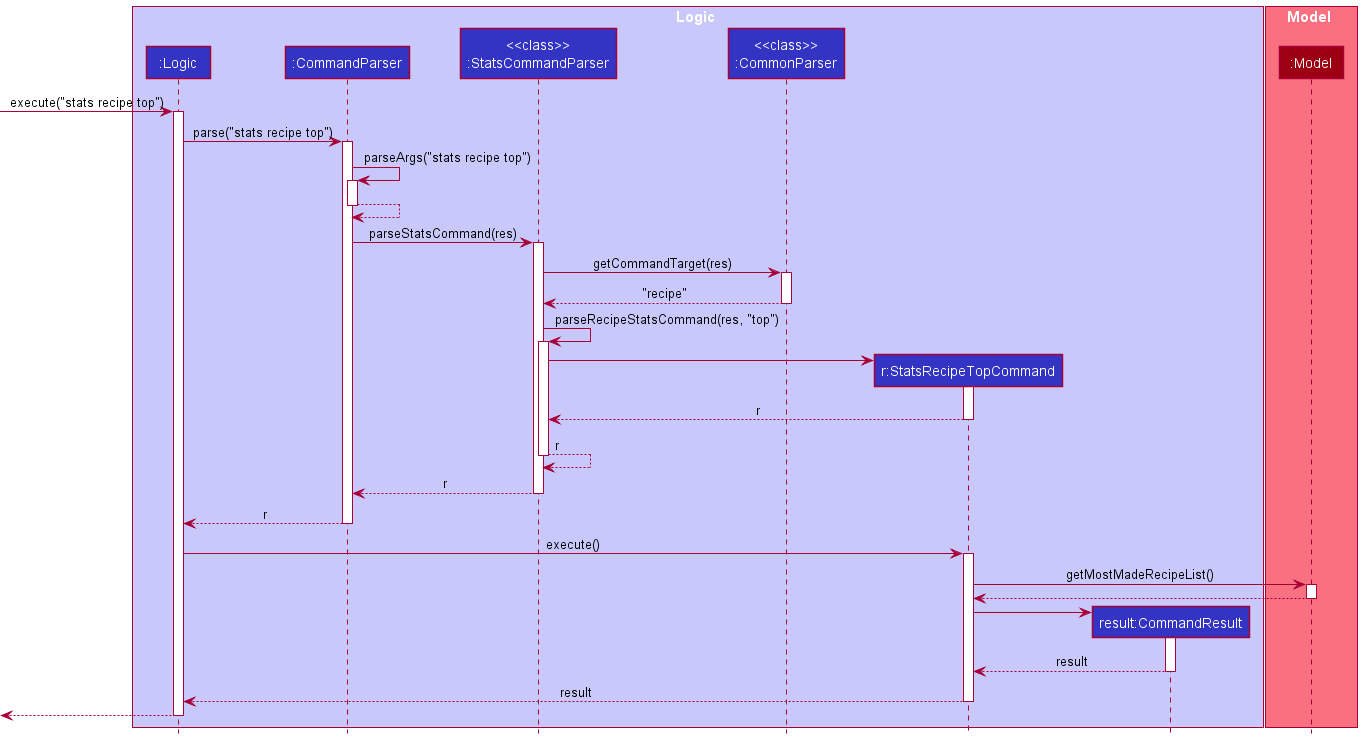
nus-cs2103-AY2021S1/tp keeps this PlantUML diagram as docs/images/dg/StatsRecipeTopSequenceDiagram.png. Above is the earlier version.
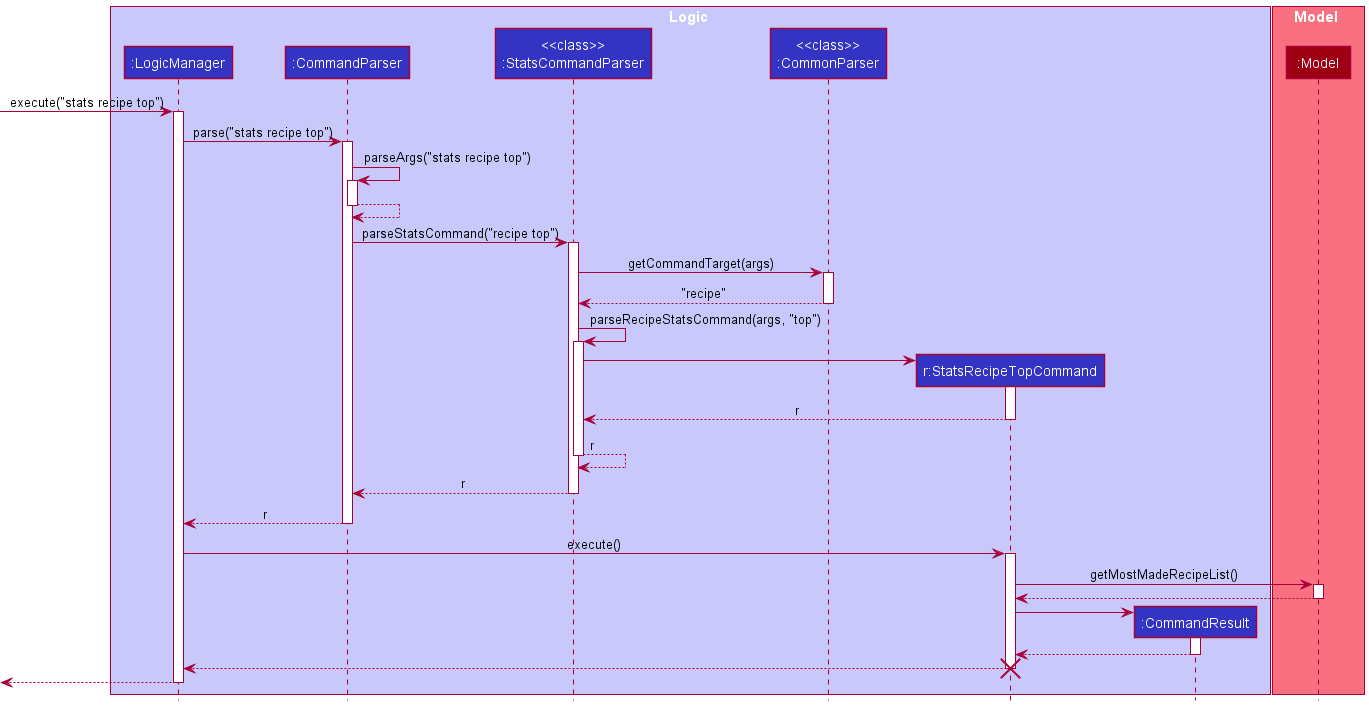
After the change.

The edit, as a diff of the source:
```diff
@@ -2,12 +2,12 @@
 !include style.puml
 
 box Logic LOGIC_COLOR_T1
-participant ":Logic" as LogicManager LOGIC_COLOR
+participant ":LogicManager" as LogicManager LOGIC_COLOR
 participant ":CommandParser" as CommandParser LOGIC_COLOR
 participant "<<class>>\n:StatsCommandParser" as StatsCommandParser LOGIC_COLOR
 participant "<<class>>\n:CommonParser" as CommonParser LOGIC_COLOR
 participant "r:StatsRecipeTopCommand" as StatsRecipeTopCommand LOGIC_COLOR
-participant "result:CommandResult" as CommandResult LOGIC_COLOR
+participant ":CommandResult" as CommandResult LOGIC_COLOR
 end box
 
 box Model MODEL_COLOR_T1
@@ -25,15 +25,15 @@
 CommandParser --> CommandParser
 deactivate CommandParser
 
-CommandParser -> StatsCommandParser : parseStatsCommand(res)
+CommandParser -> StatsCommandParser : parseStatsCommand("recipe top")
 activate StatsCommandParser
 
-StatsCommandParser -> CommonParser : getCommandTarget(res)
+StatsCommandParser -> CommonParser : getCommandTarget(args)
 activate CommonParser
 CommonParser --> StatsCommandParser : "recipe"
 deactivate CommonParser
 
-StatsCommandParser -> StatsCommandParser : parseRecipeStatsCommand(res, "top")
+StatsCommandParser -> StatsCommandParser : parseRecipeStatsCommand(args, "top")
 activate StatsCommandParser
 
 create StatsRecipeTopCommand
@@ -65,11 +65,12 @@
 StatsRecipeTopCommand -> CommandResult
 activate CommandResult
 
-CommandResult --> StatsRecipeTopCommand : result
+CommandResult --> StatsRecipeTopCommand
 deactivate CommandResult
 
-StatsRecipeTopCommand --> LogicManager : result
+StatsRecipeTopCommand --> LogicManager
 deactivate StatsRecipeTopCommand
+destroy StatsRecipeTopCommand
 
 [<--LogicManager
 deactivate LogicManager
```
